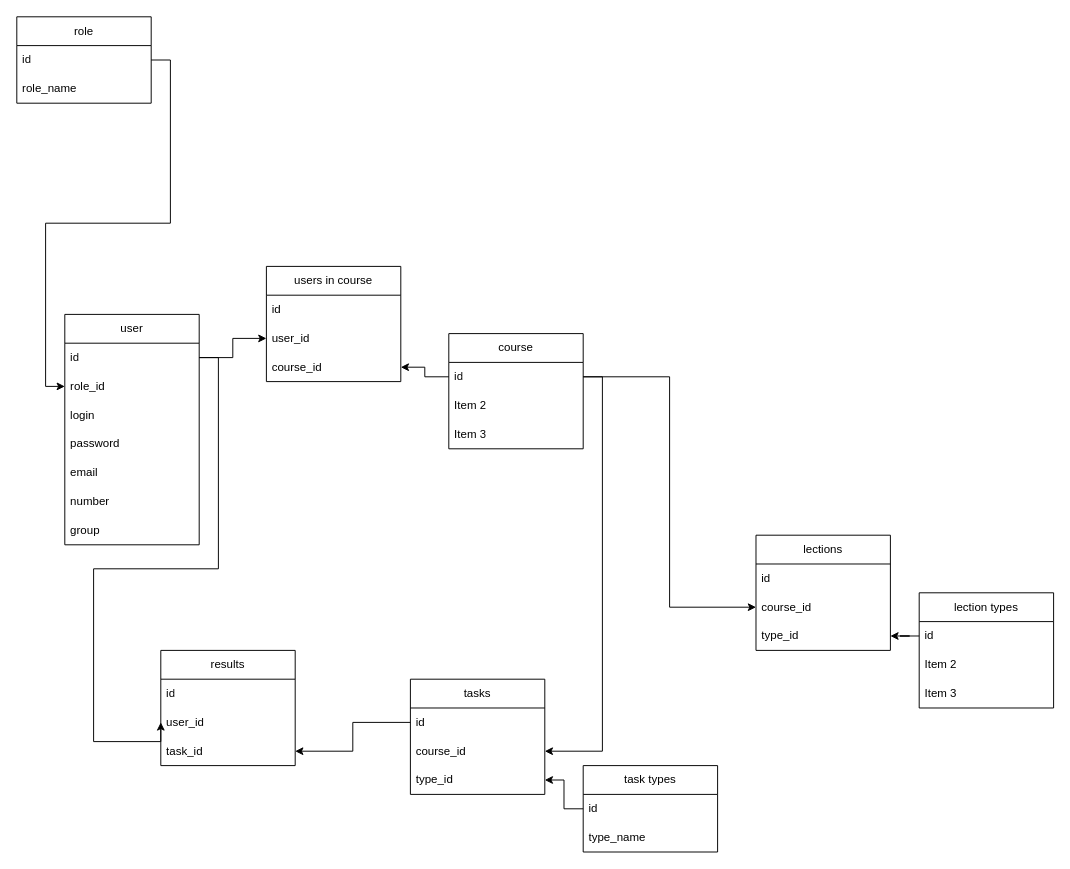
Above: Untitled Diagram.drawio in Svengalion/Diploma-VKI (draw.io), before the change. Source tidied: cells renumbered, new cells numbered last; positions are measured from the earlier drawing's top-left corner, leaving out a move shared by most shapes. Both pictures are drawn from the tidied source at 96%, with x=0, y=0 at pixel (16, 16).
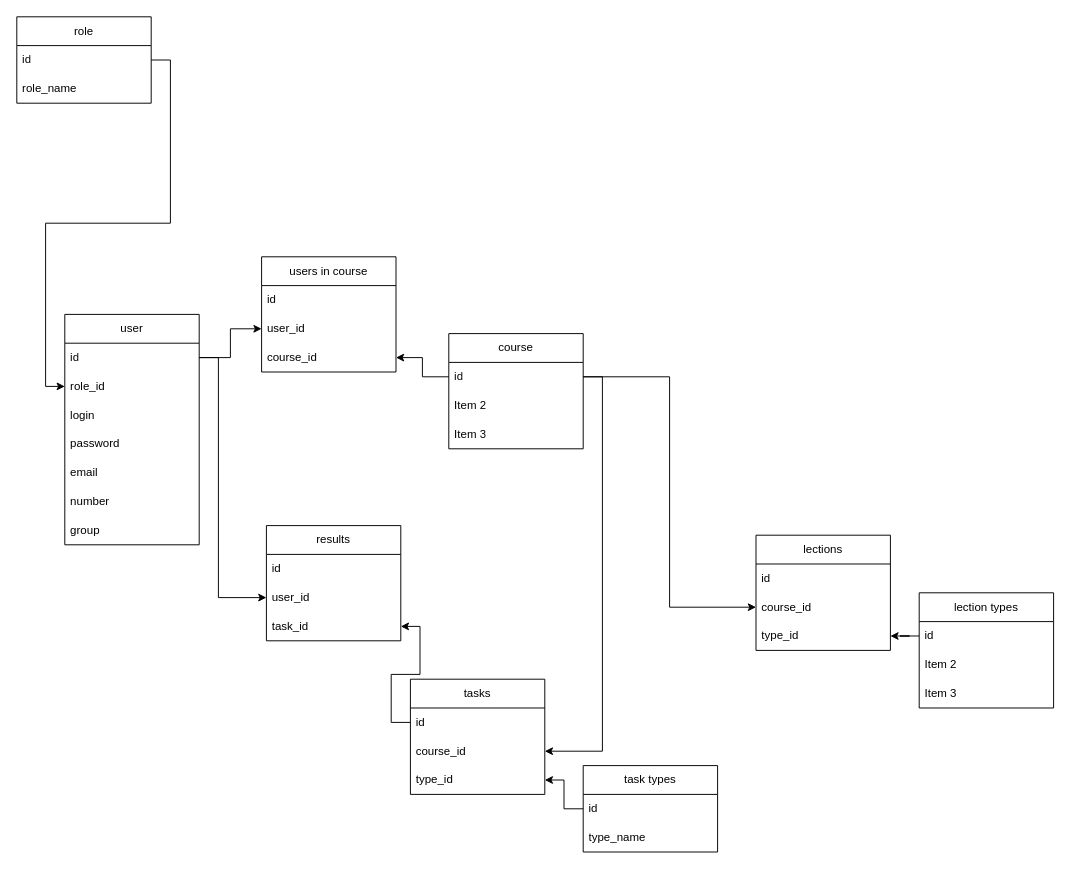
The same diagram, later.

Unchanged cells that the change refers to:
```xml
<mxCell id="3" value="id" style="text;strokeColor=none;fillColor=none;align=left;verticalAlign=middle;spacingLeft=4;spacingRight=4;overflow=hidden;points=[[0,0.5],[1,0.5]];portConstraint=eastwest;whiteSpace=wrap;html=1;" parent="2" vertex="1">
  <mxGeometry y="30" width="140" height="30" as="geometry" />
</mxCell>
<mxCell id="45" value="user_id" style="text;strokeColor=none;fillColor=none;align=left;verticalAlign=middle;spacingLeft=4;spacingRight=4;overflow=hidden;points=[[0,0.5],[1,0.5]];portConstraint=eastwest;whiteSpace=wrap;html=1;" parent="43" vertex="1">
  <mxGeometry y="60" width="140" height="30" as="geometry" />
</mxCell>
```

Change to the diagram source:
```diff
@@
     <mxCell id="24" value="users in course" style="swimlane;fontStyle=0;horizontal=1;startSize=30;whiteSpace=wrap;html=1;" parent="1" vertex="1">
-      <mxGeometry x="260" y="260" width="140" height="120" as="geometry" />
+      <mxGeometry x="255" y="250" width="140" height="120" as="geometry" />
     </mxCell>
@@
     <mxCell id="43" value="results" style="swimlane;fontStyle=0;horizontal=1;startSize=30;whiteSpace=wrap;html=1;" parent="1" vertex="1">
-      <mxGeometry x="150" y="660" width="140" height="120" as="geometry" />
+      <mxGeometry x="260" y="530" width="140" height="120" as="geometry" />
     </mxCell>
@@
-    <mxCell id="48" style="edgeStyle=orthogonalEdgeStyle;rounded=0;jettySize=auto;html=1;entryX=0;entryY=0.5;entryDx=0;entryDy=0;" parent="1" edge="1" source="3" target="45">
+    <mxCell id="48" style="edgeStyle=orthogonalEdgeStyle;rounded=0;jettySize=auto;html=1;" parent="1" edge="1" source="3" target="45">
       <mxGeometry relative="1" as="geometry">
         <Array as="points">
           <mxPoint x="210" y="355" />
-          <mxPoint x="210" y="575" />
-          <mxPoint x="80" y="575" />
-          <mxPoint x="80" y="755" />
+          <mxPoint x="210" y="605" />
         </Array>
       </mxGeometry>
     </mxCell>
```
